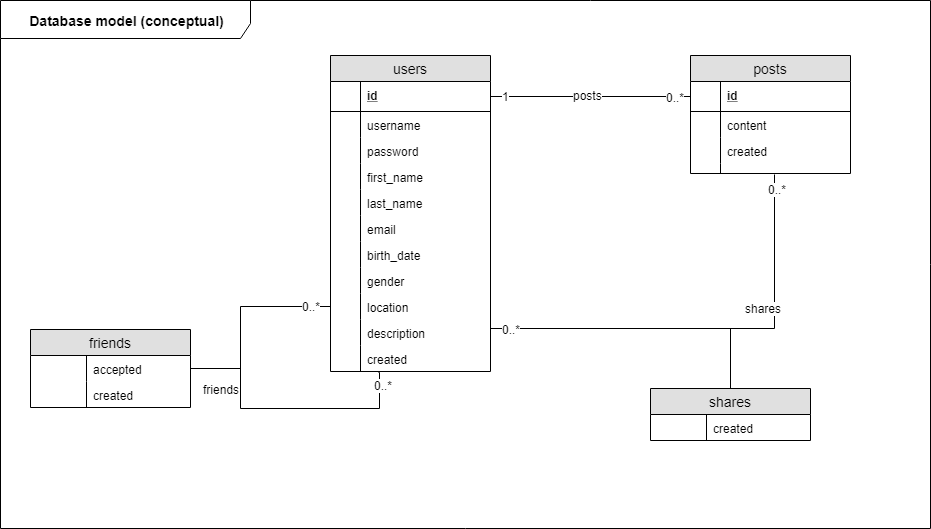
Above: documentation/database/Database Model (conceptual).png in marcheimendinger/little-social-network (draw.io), before the change. Source tidied: cells renumbered, new cells last; positions are measured from the earlier drawing's top-left corner, leaving out a move shared by most shapes.
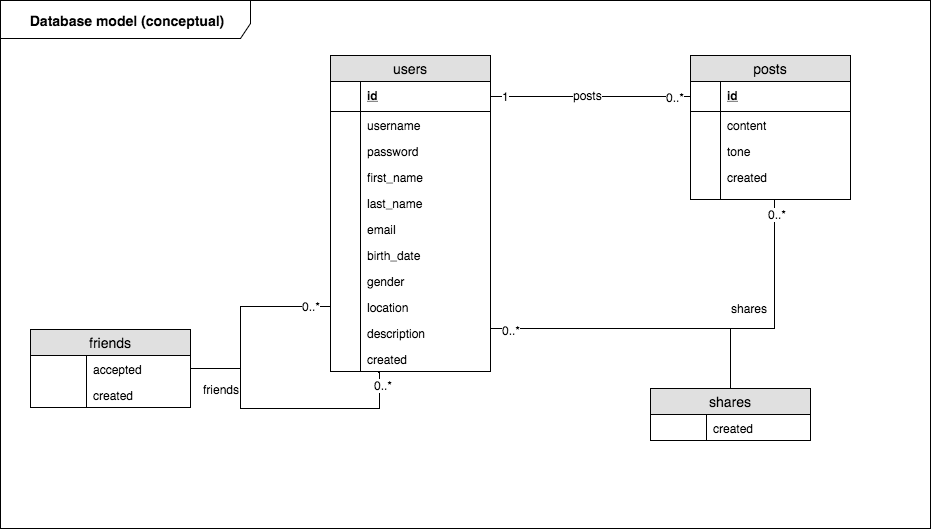
Later version of the same file.

What changed in the source:
```diff
@@ -217,7 +217,7 @@
       <mxGeometry width="30" height="26" as="geometry" />
     </mxCell>
     <mxCell id="58" value="posts" style="swimlane;fontStyle=0;horizontal=1;startSize=26;fillColor=#e0e0e0;swimlaneFillColor=#ffffff;align=center;fontSize=14;" parent="1" vertex="1">
-      <mxGeometry x="1000" y="55" width="160" height="118" as="geometry" />
+      <mxGeometry x="1000" y="55" width="160" height="144" as="geometry" />
     </mxCell>
     <mxCell id="59" value="id" style="shape=partialRectangle;top=0;left=0;right=0;bottom=1;align=left;verticalAlign=middle;fillColor=none;spacingLeft=34;spacingRight=4;overflow=hidden;points=[[0,0.5],[1,0.5]];portConstraint=eastwest;fontStyle=5;fontSize=12;" parent="58" vertex="1">
       <mxGeometry y="26" width="160" height="30" as="geometry" />
@@ -231,14 +231,20 @@
     <mxCell id="62" style="shape=partialRectangle;top=0;left=0;bottom=0;fillColor=none;align=left;verticalAlign=top;spacingLeft=4;spacingRight=4;overflow=hidden;fontSize=12;" parent="61" vertex="1">
       <mxGeometry width="30" height="26" as="geometry" />
     </mxCell>
+    <mxCell id="85" value="tone" style="shape=partialRectangle;top=0;left=0;right=0;bottom=0;align=left;verticalAlign=top;fillColor=none;spacingLeft=34;spacingRight=4;overflow=hidden;fontSize=12;" parent="58" vertex="1">
+      <mxGeometry y="82" width="160" height="26" as="geometry" />
+    </mxCell>
+    <mxCell id="86" style="shape=partialRectangle;top=0;left=0;bottom=0;fillColor=none;align=left;verticalAlign=top;spacingLeft=4;spacingRight=4;overflow=hidden;fontSize=12;" parent="85" vertex="1">
+      <mxGeometry width="30" height="26" as="geometry" />
+    </mxCell>
     <mxCell id="63" value="created" style="shape=partialRectangle;top=0;left=0;right=0;bottom=0;align=left;verticalAlign=top;fillColor=none;spacingLeft=34;spacingRight=4;overflow=hidden;fontSize=12;" parent="58" vertex="1">
-      <mxGeometry y="82" width="160" height="26" as="geometry" />
+      <mxGeometry y="108" width="160" height="26" as="geometry" />
     </mxCell>
     <mxCell id="64" style="shape=partialRectangle;top=0;left=0;bottom=0;fillColor=none;align=left;verticalAlign=top;spacingLeft=4;spacingRight=4;overflow=hidden;fontSize=12;" parent="63" vertex="1">
       <mxGeometry width="30" height="26" as="geometry" />
     </mxCell>
     <mxCell id="65" style="shape=partialRectangle;top=0;left=0;right=0;bottom=0;align=left;verticalAlign=top;fillColor=none;spacingLeft=34;spacingRight=4;overflow=hidden;points=[[0,0.5],[1,0.5]];portConstraint=eastwest;fontSize=12;" parent="58" vertex="1">
-      <mxGeometry y="108" width="160" height="10" as="geometry" />
+      <mxGeometry y="134" width="160" height="10" as="geometry" />
     </mxCell>
     <mxCell id="66" style="shape=partialRectangle;top=0;left=0;bottom=0;fillColor=none;align=left;verticalAlign=top;spacingLeft=4;spacingRight=4;overflow=hidden;fontSize=12;" parent="65" vertex="1">
       <mxGeometry width="30" height="10" as="geometry" />
```
